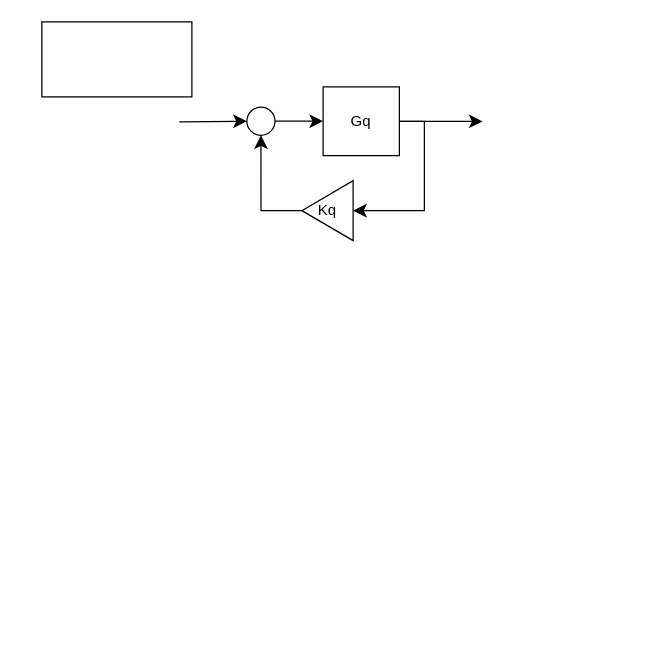
ghmoon90/windev keeps this draw.io diagram as 제목 없는 다이어그램.drawio. Above is the earlier version. Source tidied: cells renumbered, new cells numbered last; positions are measured from the earlier drawing's top-left corner, leaving out a move shared by most shapes. Both pictures are drawn from the tidied source at 125%, with x=0, y=0 at pixel (41, 21).
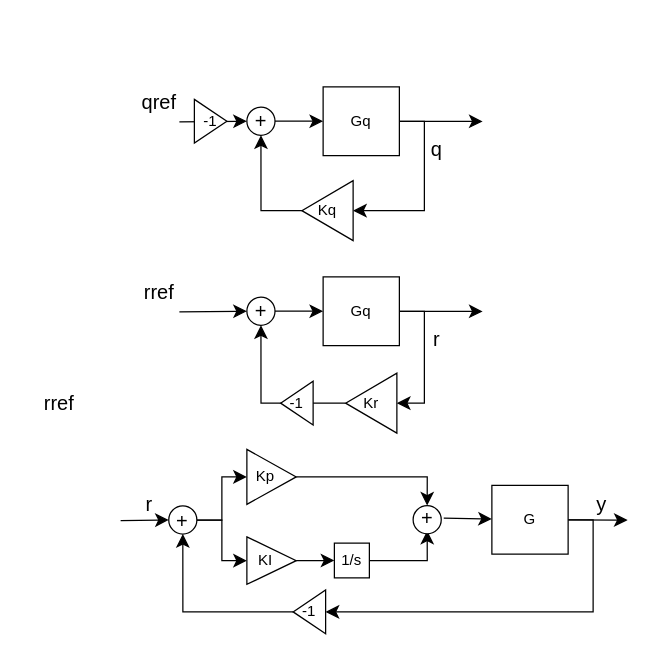
Above is the later version.

Commit message (it also covers changes not shown here):
제목 없는 다이어그램.drawio 업데이트

Diff of the diagram source:
```diff
@@
-    <mxCell id="11" style="rounded=0;whiteSpace=wrap;html=1;" parent="1" vertex="1">
-      <mxGeometry width="120" height="60" as="geometry" />
-    </mxCell>
+    <mxCell id="12" value="qref" style="text;strokeColor=none;fillColor=none;html=1;align=center;verticalAlign=middle;whiteSpace=wrap;rounded=0;fontSize=16;" parent="1" vertex="1">
+      <mxGeometry x="64" y="49" width="60" height="30" as="geometry" />
+    </mxCell>
+    <mxCell id="13" value="q" style="text;strokeColor=none;fillColor=none;html=1;align=center;verticalAlign=middle;whiteSpace=wrap;rounded=0;fontSize=16;" parent="1" vertex="1">
+      <mxGeometry x="286" y="87" width="60" height="30" as="geometry" />
+    </mxCell>
+    <mxCell id="14" value="+" style="text;strokeColor=none;fillColor=none;html=1;align=center;verticalAlign=middle;whiteSpace=wrap;rounded=0;fontSize=16;" parent="1" vertex="1">
+      <mxGeometry x="162" y="68.5" width="26.5" height="20" as="geometry" />
+    </mxCell>
+    <mxCell id="15" value="-1" style="triangle;whiteSpace=wrap;html=1;direction=east;" parent="1" vertex="1">
+      <mxGeometry x="122" y="62" width="26" height="35" as="geometry" />
+    </mxCell>
+    <mxCell id="16" style="edgeStyle=none;curved=1;rounded=0;orthogonalLoop=1;jettySize=auto;html=1;exitX=0.25;exitY=1;exitDx=0;exitDy=0;fontSize=12;startSize=8;endSize=8;" parent="1" edge="1">
+      <mxGeometry relative="1" as="geometry">
+        <mxPoint x="331" y="287" as="sourcePoint" />
+        <mxPoint x="331" y="287" as="targetPoint" />
+      </mxGeometry>
+    </mxCell>
+    <mxCell id="17" style="edgeStyle=orthogonalEdgeStyle;rounded=0;jettySize=auto;html=1;exitX=1;exitY=0.5;exitDx=0;exitDy=0;entryX=0;entryY=0.5;entryDx=0;entryDy=0;fontSize=12;startSize=8;endSize=8;" parent="1" edge="1" source="19" target="21">
+      <mxGeometry relative="1" as="geometry" />
+    </mxCell>
+    <mxCell id="18" style="edgeStyle=none;curved=1;rounded=0;jettySize=auto;html=1;exitX=1;exitY=0.5;exitDx=0;exitDy=0;fontSize=12;startSize=8;endSize=8;" parent="1" edge="1" source="19">
+      <mxGeometry relative="1" as="geometry">
+        <mxPoint x="352.6" y="231.6" as="targetPoint" />
+      </mxGeometry>
+    </mxCell>
+    <mxCell id="19" value="Gq" style="rounded=0;whiteSpace=wrap;html=1;" parent="1" vertex="1">
+      <mxGeometry x="225" y="204" width="61" height="55" as="geometry" />
+    </mxCell>
+    <mxCell id="20" style="edgeStyle=orthogonalEdgeStyle;rounded=0;jettySize=auto;html=1;fontSize=12;startSize=8;endSize=8;elbow=vertical;" parent="1" edge="1" source="21" target="23">
+      <mxGeometry relative="1" as="geometry" />
+    </mxCell>
+    <mxCell id="21" value="Kr" style="triangle;whiteSpace=wrap;html=1;direction=west;" parent="1" vertex="1">
+      <mxGeometry x="243" y="281" width="41" height="48" as="geometry" />
+    </mxCell>
+    <mxCell id="22" style="edgeStyle=none;curved=1;rounded=0;jettySize=auto;html=1;fontSize=12;startSize=8;endSize=8;" parent="1" edge="1" source="23" target="19">
+      <mxGeometry relative="1" as="geometry" />
+    </mxCell>
+    <mxCell id="23" style="ellipse;whiteSpace=wrap;html=1;" parent="1" vertex="1">
+      <mxGeometry x="164" y="220.2" width="22.5" height="22.5" as="geometry" />
+    </mxCell>
+    <mxCell id="24" style="endArrow=classic;html=1;rounded=0;fontSize=12;startSize=8;endSize=8;curved=1;entryX=0;entryY=0.5;entryDx=0;entryDy=0;" parent="1" edge="1" target="23">
+      <mxGeometry relative="1" as="geometry">
+        <mxPoint x="110" y="232" as="sourcePoint" />
+      </mxGeometry>
+    </mxCell>
+    <mxCell id="25" value="rref" style="text;strokeColor=none;fillColor=none;html=1;align=center;verticalAlign=middle;whiteSpace=wrap;rounded=0;fontSize=16;" parent="1" vertex="1">
+      <mxGeometry x="64" y="201" width="60" height="30" as="geometry" />
+    </mxCell>
+    <mxCell id="26" value="r" style="text;strokeColor=none;fillColor=none;html=1;align=center;verticalAlign=middle;whiteSpace=wrap;rounded=0;fontSize=16;" parent="1" vertex="1">
+      <mxGeometry x="286" y="239" width="60" height="30" as="geometry" />
+    </mxCell>
+    <mxCell id="27" value="+" style="text;strokeColor=none;fillColor=none;html=1;align=center;verticalAlign=middle;whiteSpace=wrap;rounded=0;fontSize=16;" parent="1" vertex="1">
+      <mxGeometry x="162" y="220.5" width="26.5" height="20" as="geometry" />
+    </mxCell>
+    <mxCell id="28" value="-1" style="triangle;whiteSpace=wrap;html=1;direction=west;" parent="1" vertex="1">
+      <mxGeometry x="191" y="287.5" width="26" height="35" as="geometry" />
+    </mxCell>
+    <mxCell id="29" style="edgeStyle=none;curved=1;rounded=0;orthogonalLoop=1;jettySize=auto;html=1;exitX=0.25;exitY=1;exitDx=0;exitDy=0;fontSize=12;startSize=8;endSize=8;" parent="1" edge="1">
+      <mxGeometry relative="1" as="geometry">
+        <mxPoint x="341" y="454" as="sourcePoint" />
+        <mxPoint x="341" y="454" as="targetPoint" />
+      </mxGeometry>
+    </mxCell>
+    <mxCell id="30" style="edgeStyle=orthogonalEdgeStyle;rounded=0;jettySize=auto;html=1;exitX=1;exitY=0.5;exitDx=0;exitDy=0;entryX=0;entryY=0.5;entryDx=0;entryDy=0;fontSize=12;startSize=8;endSize=8;" parent="1" edge="1" source="32" target="40">
+      <mxGeometry relative="1" as="geometry" />
+    </mxCell>
+    <mxCell id="31" style="edgeStyle=none;curved=1;rounded=0;jettySize=auto;html=1;exitX=1;exitY=0.5;exitDx=0;exitDy=0;fontSize=12;startSize=8;endSize=8;" parent="1" edge="1" source="32">
+      <mxGeometry relative="1" as="geometry">
+        <mxPoint x="468.6" y="398.6" as="targetPoint" />
+      </mxGeometry>
+    </mxCell>
+    <mxCell id="32" value="G" style="rounded=0;whiteSpace=wrap;html=1;" parent="1" vertex="1">
+      <mxGeometry x="360" y="370.8" width="61" height="55" as="geometry" />
+    </mxCell>
+    <mxCell id="33" style="edgeStyle=orthogonalEdgeStyle;rounded=0;jettySize=auto;html=1;fontSize=12;startSize=8;endSize=8;elbow=vertical;exitX=1;exitY=0.5;exitDx=0;exitDy=0;" parent="1" edge="1" source="40" target="36">
+      <mxGeometry relative="1" as="geometry" />
+    </mxCell>
+    <mxCell id="34" style="edgeStyle=orthogonalEdgeStyle;rounded=0;jettySize=auto;html=1;fontSize=12;startSize=8;endSize=8;entryX=0;entryY=0.5;entryDx=0;entryDy=0;" parent="1" edge="1" source="36" target="42">
+      <mxGeometry relative="1" as="geometry" />
+    </mxCell>
+    <mxCell id="35" style="edgeStyle=orthogonalEdgeStyle;rounded=0;jettySize=auto;html=1;entryX=0;entryY=0.5;entryDx=0;entryDy=0;fontSize=12;startSize=8;endSize=8;" parent="1" edge="1" source="36" target="44">
+      <mxGeometry relative="1" as="geometry" />
+    </mxCell>
+    <mxCell id="36" style="ellipse;whiteSpace=wrap;html=1;" parent="1" vertex="1">
+      <mxGeometry x="101.5" y="387.2" width="22.5" height="22.5" as="geometry" />
+    </mxCell>
+    <mxCell id="37" style="endArrow=classic;html=1;rounded=0;fontSize=12;startSize=8;endSize=8;curved=1;entryX=0;entryY=0.5;entryDx=0;entryDy=0;" parent="1" edge="1" target="36">
+      <mxGeometry relative="1" as="geometry">
+        <mxPoint x="63" y="399" as="sourcePoint" />
+      </mxGeometry>
+    </mxCell>
+    <mxCell id="38" value="rref" style="text;strokeColor=none;fillColor=none;html=1;align=center;verticalAlign=middle;whiteSpace=wrap;rounded=0;fontSize=16;" parent="1" vertex="1">
+      <mxGeometry x="-16" y="290" width="60" height="30" as="geometry" />
+    </mxCell>
+    <mxCell id="39" value="+" style="text;strokeColor=none;fillColor=none;html=1;align=center;verticalAlign=middle;whiteSpace=wrap;rounded=0;fontSize=16;" parent="1" vertex="1">
+      <mxGeometry x="106" y="393.2" width="13" height="10.8" as="geometry" />
+    </mxCell>
+    <mxCell id="40" value="-1" style="triangle;whiteSpace=wrap;html=1;direction=west;" parent="1" vertex="1">
+      <mxGeometry x="201" y="454.5" width="26" height="35" as="geometry" />
+    </mxCell>
+    <mxCell id="41" style="edgeStyle=orthogonalEdgeStyle;rounded=0;jettySize=auto;html=1;fontSize=12;startSize=8;endSize=8;entryX=0.5;entryY=0;entryDx=0;entryDy=0;" parent="1" edge="1" source="42" target="49">
+      <mxGeometry relative="1" as="geometry" />
+    </mxCell>
+    <mxCell id="42" value="Kp&amp;nbsp; &amp;nbsp;" style="triangle;whiteSpace=wrap;html=1;direction=east;" parent="1" vertex="1">
+      <mxGeometry x="164" y="342" width="39.5" height="44" as="geometry" />
+    </mxCell>
+    <mxCell id="43" style="edgeStyle=none;curved=1;rounded=0;jettySize=auto;html=1;fontSize=12;startSize=8;endSize=8;entryX=0;entryY=0.5;entryDx=0;entryDy=0;" parent="1" edge="1" source="44" target="46">
+      <mxGeometry relative="1" as="geometry" />
+    </mxCell>
+    <mxCell id="44" value="KI&amp;nbsp; &amp;nbsp;" style="triangle;whiteSpace=wrap;html=1;direction=east;" parent="1" vertex="1">
+      <mxGeometry x="164" y="412" width="39.5" height="38" as="geometry" />
+    </mxCell>
+    <mxCell id="45" style="edgeStyle=orthogonalEdgeStyle;rounded=0;jettySize=auto;html=1;exitX=1;exitY=0.5;exitDx=0;exitDy=0;entryX=0.5;entryY=1;entryDx=0;entryDy=0;fontSize=12;startSize=8;endSize=8;" parent="1" edge="1" source="46" target="49">
+      <mxGeometry relative="1" as="geometry" />
+    </mxCell>
+    <mxCell id="46" value="1/s" style="rounded=0;whiteSpace=wrap;html=1;" parent="1" vertex="1">
+      <mxGeometry x="234" y="417" width="28" height="27.8" as="geometry" />
+    </mxCell>
+    <mxCell id="47" style="ellipse;whiteSpace=wrap;html=1;" parent="1" vertex="1">
+      <mxGeometry x="297" y="387" width="22.5" height="22.5" as="geometry" />
+    </mxCell>
+    <mxCell id="48" style="edgeStyle=none;curved=1;rounded=0;jettySize=auto;html=1;exitX=1;exitY=0.5;exitDx=0;exitDy=0;fontSize=12;startSize=8;endSize=8;" parent="1" edge="1" source="49" target="32">
+      <mxGeometry relative="1" as="geometry" />
+    </mxCell>
+    <mxCell id="49" value="+" style="text;strokeColor=none;fillColor=none;html=1;align=center;verticalAlign=middle;whiteSpace=wrap;rounded=0;fontSize=16;" parent="1" vertex="1">
+      <mxGeometry x="295" y="387" width="26.5" height="20" as="geometry" />
+    </mxCell>
+    <mxCell id="50" value="y" style="text;strokeColor=none;fillColor=none;html=1;align=center;verticalAlign=middle;whiteSpace=wrap;rounded=0;fontSize=16;" parent="1" vertex="1">
+      <mxGeometry x="418" y="370.8" width="60" height="30" as="geometry" />
+    </mxCell>
+    <mxCell id="51" value="r" style="text;strokeColor=none;fillColor=none;html=1;align=center;verticalAlign=middle;whiteSpace=wrap;rounded=0;fontSize=16;" parent="1" vertex="1">
+      <mxGeometry x="69.5" y="370.8" width="32" height="30" as="geometry" />
+    </mxCell>
```
